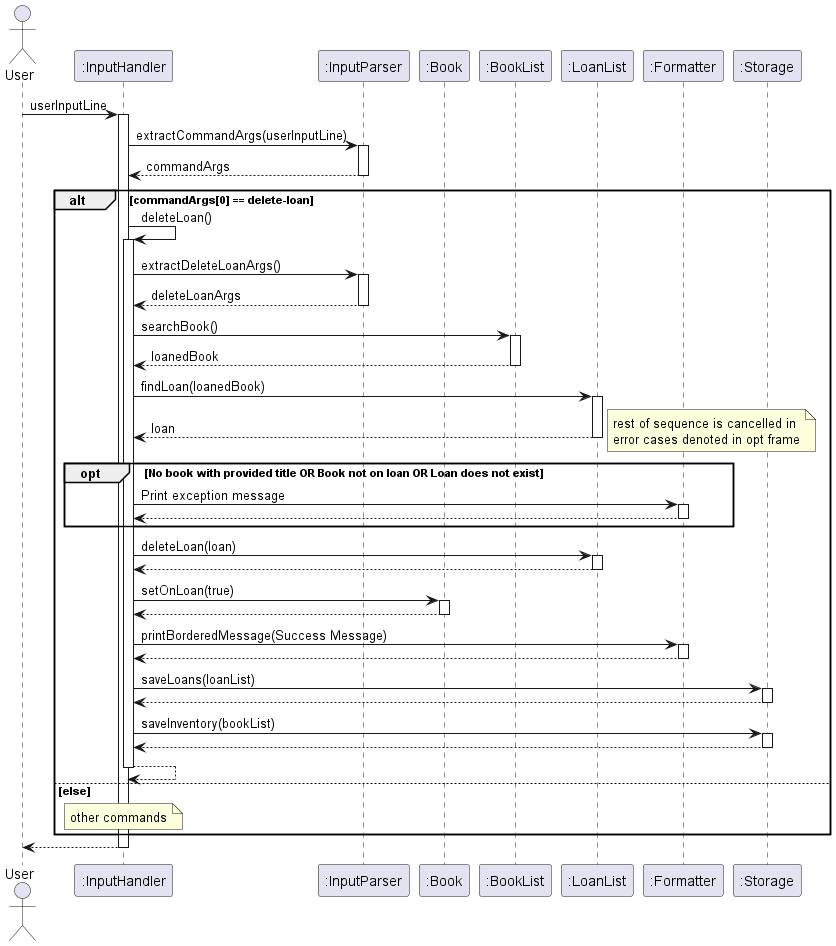
Above: docs/images/deleteLoan.png in AY2425S2-CS2113-T12-2/tp (PlantUML), before the change.
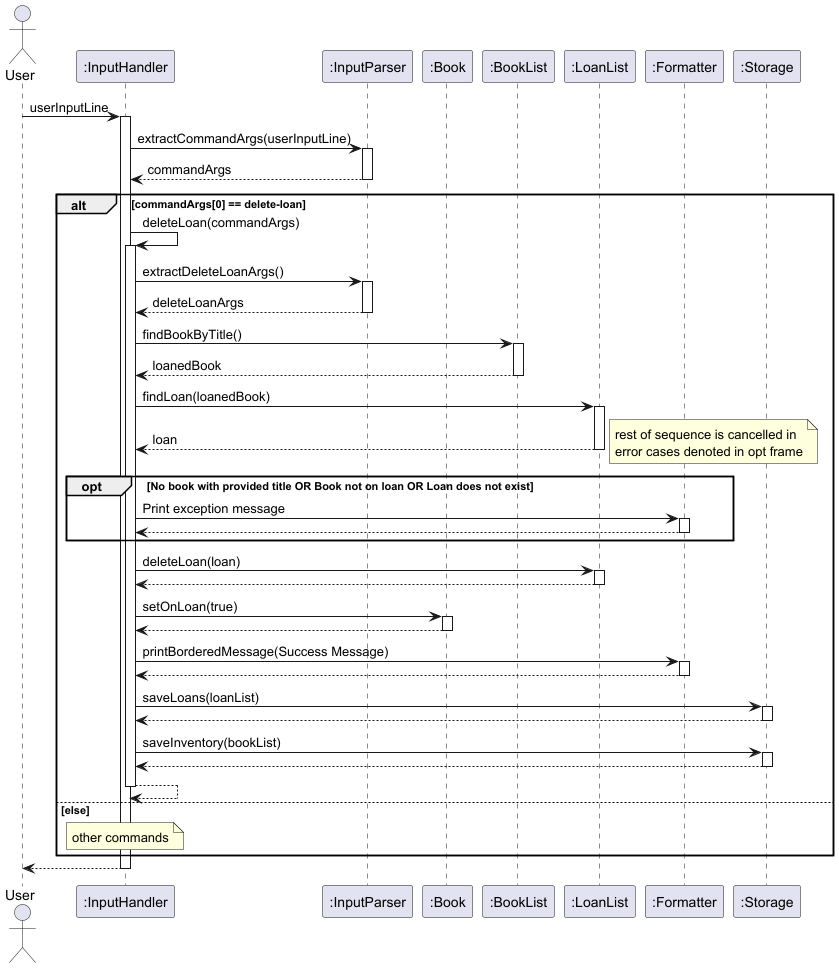
Above is the later version.

Diff of the diagram source:
```diff
@@ -12,10 +12,10 @@
     InputHandler -> InputParser : extractCommandArgs(userInputLine)
     return commandArgs
 alt commandArgs[0] == delete-loan
-    InputHandler -> InputHandler : deleteLoan()
+    InputHandler -> InputHandler : deleteLoan(commandArgs)
     InputHandler -> InputParser : extractDeleteLoanArgs()
     return deleteLoanArgs
-    InputHandler -> BookList : searchBook()
+    InputHandler -> BookList : findBookByTitle()
     return loanedBook
     InputHandler -> LoanList : findLoan(loanedBook)
     return loan
```
